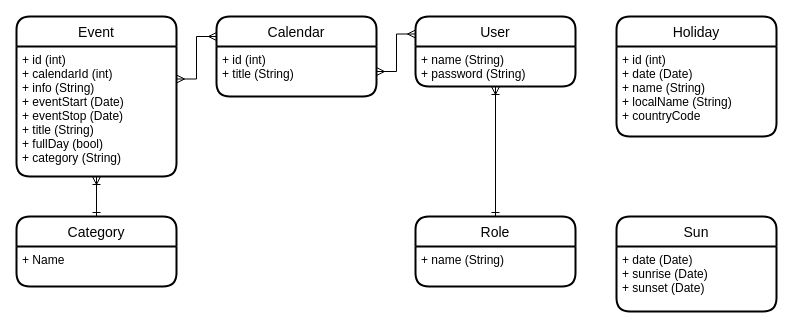
Before: page "Entities" (1 of 6) of Class&DomainModels.drawio in Etlos01/3semEksamen, a draw.io diagram. Source tidied: cells renumbered, new cells numbered last; positions are measured from the earlier drawing's top-left corner, leaving out a move shared by most shapes. Both pictures are drawn from the tidied source at 100%, with x=0, y=0 at pixel (16, 16).
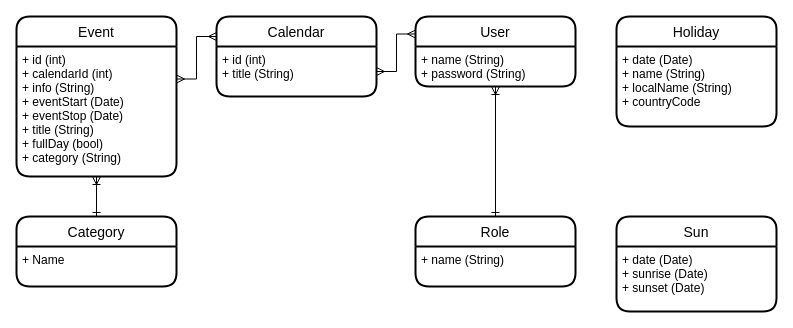
After the change.

The edit, as a diff of the source:
```diff
@@
 <mxGraphModel>
   <root>
     <mxCell id="0" />
     <mxCell id="1" parent="0" />
     <mxCell id="2" style="edgeStyle=orthogonalEdgeStyle;rounded=0;jettySize=auto;html=1;exitX=0.5;exitY=0;exitDx=0;exitDy=0;entryX=0.5;entryY=1;entryDx=0;entryDy=0;startArrow=ERone;startFill=0;endArrow=ERoneToMany;endFill=0;" parent="1" edge="1" source="3" target="6">
       <mxGeometry relative="1" as="geometry" />
     </mxCell>
     <mxCell id="3" value="Category" style="swimlane;horizontal=1;startSize=30;rounded=1;fontSize=14;fontStyle=0;strokeWidth=2;shadow=0;dashed=0;align=center;" parent="1" vertex="1">
       <mxGeometry y="200" width="160" height="70" as="geometry" />
     </mxCell>
     <mxCell id="4" value="+ Name&#10;" style="align=left;strokeColor=none;fillColor=none;spacingLeft=4;fontSize=12;verticalAlign=top;" parent="3" vertex="1">
       <mxGeometry y="30" width="160" height="40" as="geometry" />
     </mxCell>
     <mxCell id="5" value="Event" style="swimlane;horizontal=1;startSize=30;rounded=1;fontSize=14;fontStyle=0;strokeWidth=2;shadow=0;dashed=0;align=center;" parent="1" vertex="1">
       <mxGeometry width="160" height="160" as="geometry" />
     </mxCell>
     <mxCell id="6" value="+ id (int)&#10;+ calendarId (int)&#10;+ info (String)&#10;+ eventStart (Date)&#10;+ eventStop (Date)&#10;+ title (String)&#10;+ fullDay (bool)&#10;+ category (String)&#10;" style="align=left;strokeColor=none;fillColor=none;spacingLeft=4;fontSize=12;verticalAlign=top;" parent="5" vertex="1">
       <mxGeometry y="30" width="160" height="130" as="geometry" />
     </mxCell>
     <mxCell id="7" value="Calendar" style="swimlane;horizontal=1;startSize=30;rounded=1;fontSize=14;fontStyle=0;strokeWidth=2;shadow=0;dashed=0;align=center;" parent="1" vertex="1">
       <mxGeometry x="200" width="160" height="80" as="geometry" />
     </mxCell>
     <mxCell id="8" value="+ id (int)&#10;+ title (String)&#10;" style="align=left;strokeColor=none;fillColor=none;spacingLeft=4;fontSize=12;verticalAlign=top;" parent="7" vertex="1">
       <mxGeometry y="30" width="160" height="50" as="geometry" />
     </mxCell>
     <mxCell id="9" value="User" style="swimlane;horizontal=1;startSize=30;rounded=1;fontSize=14;fontStyle=0;strokeWidth=2;shadow=0;dashed=0;align=center;" parent="1" vertex="1">
       <mxGeometry x="399" width="160" height="70" as="geometry" />
     </mxCell>
     <mxCell id="10" value="+ name (String)&#10;+ password (String)&#10;" style="align=left;strokeColor=none;fillColor=none;spacingLeft=4;fontSize=12;verticalAlign=top;" parent="9" vertex="1">
       <mxGeometry y="30" width="160" height="40" as="geometry" />
     </mxCell>
     <mxCell id="11" style="edgeStyle=orthogonalEdgeStyle;rounded=0;jettySize=auto;html=1;exitX=0.5;exitY=0;exitDx=0;exitDy=0;entryX=0.5;entryY=1;entryDx=0;entryDy=0;startArrow=ERone;startFill=0;endArrow=ERoneToMany;endFill=0;" parent="1" edge="1" source="12" target="10">
       <mxGeometry relative="1" as="geometry" />
     </mxCell>
     <mxCell id="12" value="Role" style="swimlane;horizontal=1;startSize=30;rounded=1;fontSize=14;fontStyle=0;strokeWidth=2;shadow=0;dashed=0;align=center;" parent="1" vertex="1">
       <mxGeometry x="399" y="200" width="160" height="70" as="geometry" />
     </mxCell>
     <mxCell id="13" value="+ name (String)&#10;" style="align=left;strokeColor=none;fillColor=none;spacingLeft=4;fontSize=12;verticalAlign=top;" parent="12" vertex="1">
       <mxGeometry y="30" width="160" height="40" as="geometry" />
     </mxCell>
     <mxCell id="14" value="Holiday" style="swimlane;horizontal=1;startSize=30;rounded=1;fontSize=14;fontStyle=0;strokeWidth=2;shadow=0;dashed=0;align=center;" parent="1" vertex="1">
-      <mxGeometry x="600" width="160" height="120" as="geometry" />
+      <mxGeometry x="600" width="160" height="110" as="geometry" />
     </mxCell>
-    <mxCell id="15" value="+ id (int)&#10;+ date (Date)&#10;+ name (String)&#10;+ localName (String)&#10;+ countryCode&#10;" style="align=left;strokeColor=none;fillColor=none;spacingLeft=4;fontSize=12;verticalAlign=top;" parent="14" vertex="1">
-      <mxGeometry y="30" width="160" height="90" as="geometry" />
+    <mxCell id="15" value="+ date (Date)&#10;+ name (String)&#10;+ localName (String)&#10;+ countryCode&#10;" style="align=left;strokeColor=none;fillColor=none;spacingLeft=4;fontSize=12;verticalAlign=top;" parent="14" vertex="1">
+      <mxGeometry y="30" width="160" height="80" as="geometry" />
     </mxCell>
     <mxCell id="16" value="Sun" style="swimlane;horizontal=1;startSize=30;rounded=1;fontSize=14;fontStyle=0;strokeWidth=2;shadow=0;dashed=0;align=center;" parent="1" vertex="1">
       <mxGeometry x="600" y="200" width="160" height="95" as="geometry" />
     </mxCell>
     <mxCell id="17" value="+ date (Date)&#10;+ sunrise (Date)&#10;+ sunset (Date)&#10;" style="align=left;strokeColor=none;fillColor=none;spacingLeft=4;fontSize=12;verticalAlign=top;" parent="16" vertex="1">
       <mxGeometry y="30" width="160" height="65" as="geometry" />
     </mxCell>
     <mxCell id="18" style="edgeStyle=orthogonalEdgeStyle;rounded=0;jettySize=auto;html=1;exitX=1;exitY=0.25;exitDx=0;exitDy=0;entryX=0;entryY=0.25;entryDx=0;entryDy=0;startArrow=ERmany;startFill=0;endArrow=ERmany;endFill=0;" parent="1" edge="1" source="6" target="7">
       <mxGeometry relative="1" as="geometry" />
     </mxCell>
     <mxCell id="19" style="edgeStyle=orthogonalEdgeStyle;rounded=0;jettySize=auto;html=1;exitX=1;exitY=0.5;exitDx=0;exitDy=0;entryX=0;entryY=0.25;entryDx=0;entryDy=0;startArrow=ERmany;startFill=0;endArrow=ERmany;endFill=0;" parent="1" edge="1" source="8" target="9">
       <mxGeometry relative="1" as="geometry" />
     </mxCell>
   </root>
 </mxGraphModel>
```
